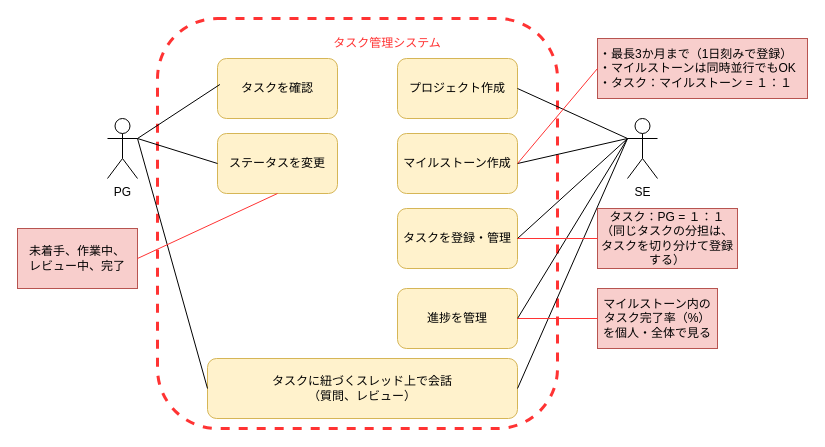
Above: page "ユースケース図" (2 of 2) of コンテキスト図.drawio in 1nanako2/youkenPractice (draw.io), before the change. Source tidied: cells renumbered, new cells numbered last; positions are measured from the earlier drawing's top-left corner, leaving out a move shared by most shapes. Both pictures are drawn from the tidied source at 100%, with x=0, y=0 at pixel (17, 18).
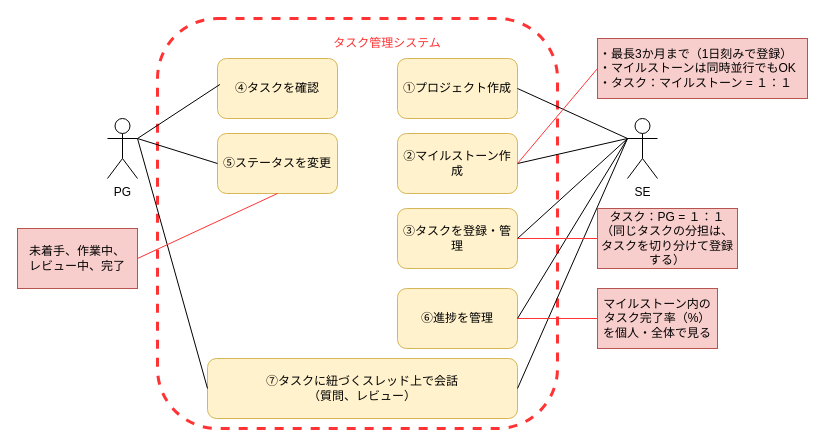
After the change.

Diff of the diagram source:
```diff
@@
-    <mxCell id="6" value="マイルストーン作成" style="rounded=1;whiteSpace=wrap;html=1;fillColor=#fff2cc;strokeColor=#d6b656;" parent="1" vertex="1">
+    <mxCell id="6" value="②マイルストーン作成" style="rounded=1;whiteSpace=wrap;html=1;fillColor=#fff2cc;strokeColor=#d6b656;" parent="1" vertex="1">
       <mxGeometry x="380" y="115" width="120" height="60" as="geometry" />
     </mxCell>
-    <mxCell id="7" value="進捗を管理" style="rounded=1;whiteSpace=wrap;html=1;fillColor=#fff2cc;strokeColor=#d6b656;" parent="1" vertex="1">
+    <mxCell id="7" value="⑥進捗を管理" style="rounded=1;whiteSpace=wrap;html=1;fillColor=#fff2cc;strokeColor=#d6b656;" parent="1" vertex="1">
       <mxGeometry x="380" y="270" width="120" height="60" as="geometry" />
     </mxCell>
-    <mxCell id="8" value="ステータスを変更" style="rounded=1;whiteSpace=wrap;html=1;fillColor=#fff2cc;strokeColor=#d6b656;" parent="1" vertex="1">
+    <mxCell id="8" value="⑤ステータスを変更" style="rounded=1;whiteSpace=wrap;html=1;fillColor=#fff2cc;strokeColor=#d6b656;" parent="1" vertex="1">
       <mxGeometry x="200" y="115" width="120" height="60" as="geometry" />
     </mxCell>
-    <mxCell id="9" value="タスクを確認" style="rounded=1;whiteSpace=wrap;html=1;fillColor=#fff2cc;strokeColor=#d6b656;" parent="1" vertex="1">
+    <mxCell id="9" value="④タスクを確認" style="rounded=1;whiteSpace=wrap;html=1;fillColor=#fff2cc;strokeColor=#d6b656;" parent="1" vertex="1">
       <mxGeometry x="200" y="40" width="120" height="60" as="geometry" />
     </mxCell>
-    <mxCell id="10" value="プロジェクト作成" style="rounded=1;whiteSpace=wrap;html=1;fillColor=#fff2cc;strokeColor=#d6b656;" parent="1" vertex="1">
+    <mxCell id="10" value="①プロジェクト作成" style="rounded=1;whiteSpace=wrap;html=1;fillColor=#fff2cc;strokeColor=#d6b656;" parent="1" vertex="1">
       <mxGeometry x="380" y="40" width="120" height="60" as="geometry" />
     </mxCell>
-    <mxCell id="11" value="タスクを登録・管理" style="rounded=1;whiteSpace=wrap;html=1;fillColor=#fff2cc;strokeColor=#d6b656;" parent="1" vertex="1">
+    <mxCell id="11" value="③タスクを登録・管理" style="rounded=1;whiteSpace=wrap;html=1;fillColor=#fff2cc;strokeColor=#d6b656;" parent="1" vertex="1">
       <mxGeometry x="380" y="190" width="120" height="60" as="geometry" />
     </mxCell>
-    <mxCell id="12" value="タスクに紐づくスレッド上で会話&lt;br&gt;（質問、レビュー）" style="rounded=1;whiteSpace=wrap;html=1;fillColor=#fff2cc;strokeColor=#d6b656;" parent="1" vertex="1">
+    <mxCell id="12" value="⑦タスクに紐づくスレッド上で会話&lt;br&gt;（質問、レビュー）" style="rounded=1;whiteSpace=wrap;html=1;fillColor=#fff2cc;strokeColor=#d6b656;" parent="1" vertex="1">
       <mxGeometry x="190" y="340" width="310" height="60" as="geometry" />
     </mxCell>
```
